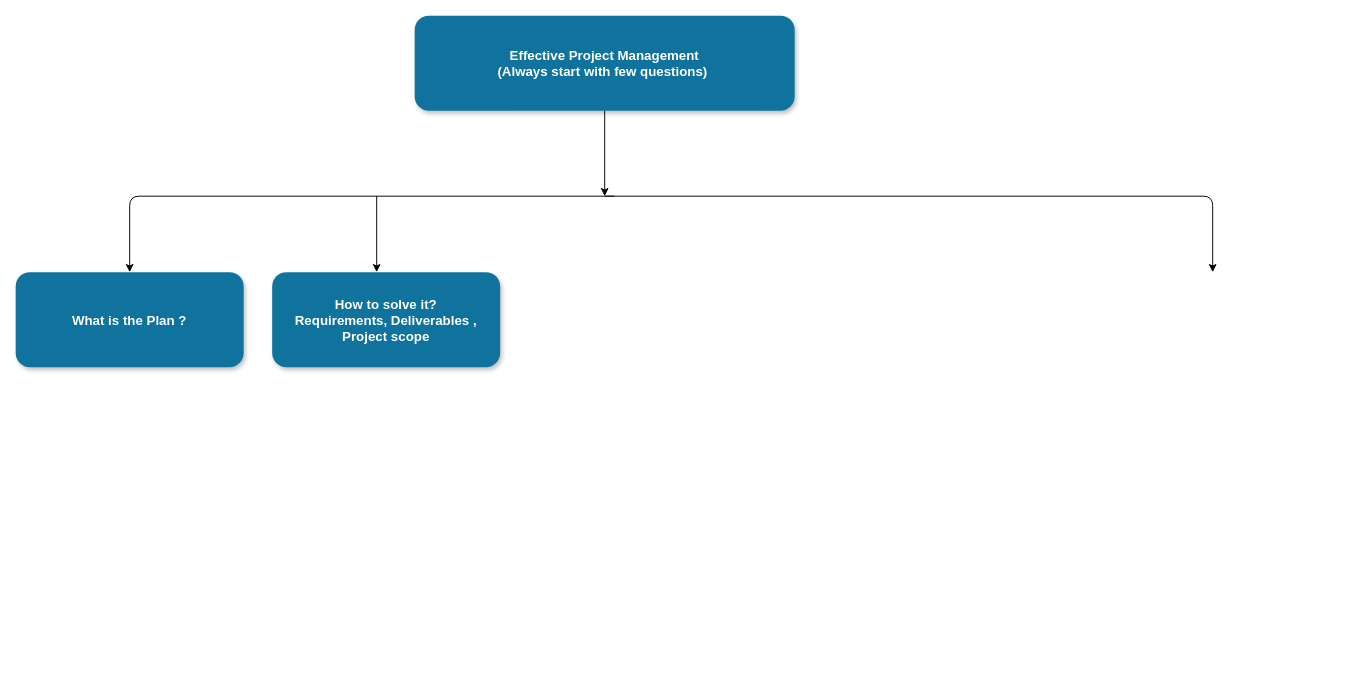
The draw.io diagram Untitled Diagram.drawio in kshirabdhip/My_project, before the edit. Source tidied: cells renumbered, new cells numbered last; positions are measured from the earlier drawing's top-left corner, leaving out a move shared by most shapes. Both pictures are drawn from the tidied source at 95%, with x=0, y=0 at pixel (15, 15).
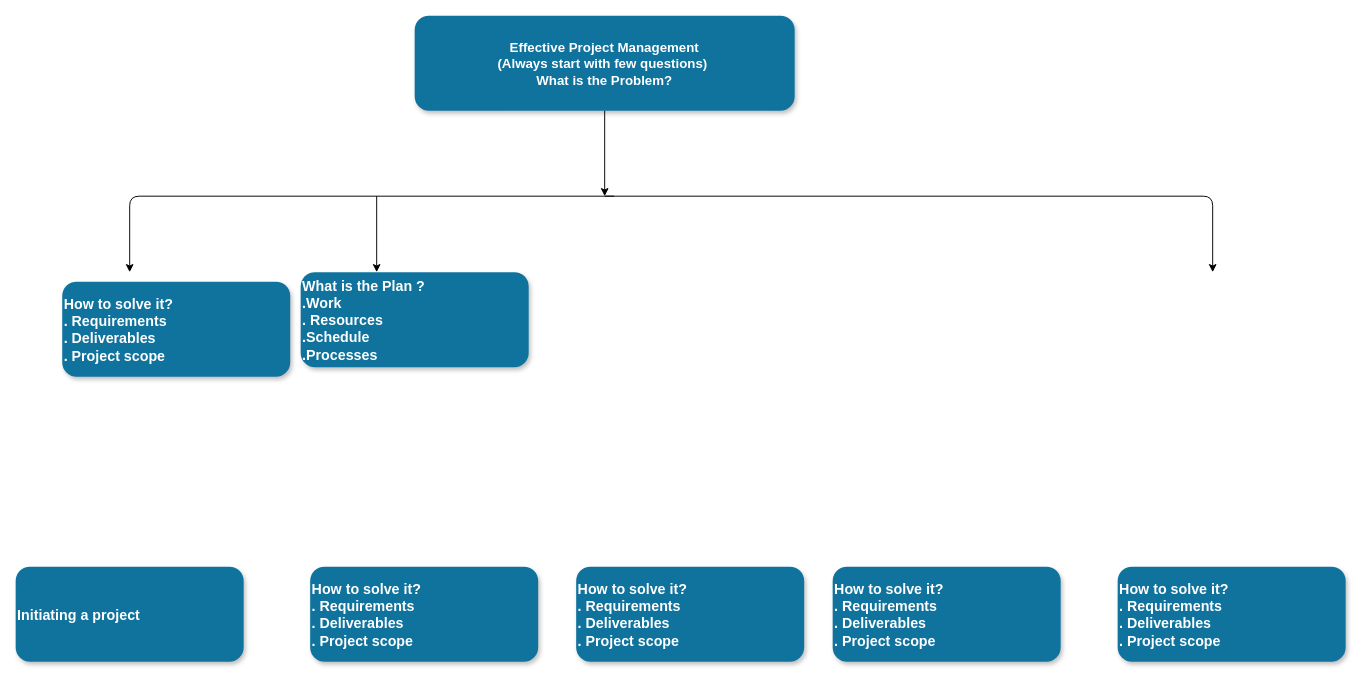
The same page after the edit.

What changed in the source:
```diff
@@
 <mxGraphModel background="#ffffff">
   <root>
     <mxCell id="0" />
     <mxCell id="1" parent="0" />
-    <mxCell id="2" value="Effective Project Management&#10;(Always start with few questions) " style="rounded=1;fillColor=#10739E;strokeColor=none;shadow=1;gradientColor=none;fontStyle=1;fontColor=#FFFFFF;fontSize=14;" parent="1" vertex="1">
+    <mxCell id="2" value="Effective Project Management&#10;(Always start with few questions) &#10;What is the Problem?" style="rounded=1;fillColor=#10739E;strokeColor=none;shadow=1;gradientColor=none;fontStyle=1;fontColor=#FFFFFF;fontSize=14;" parent="1" vertex="1">
       <mxGeometry x="420" width="400" height="100" as="geometry" />
     </mxCell>
     <mxCell id="3" style="endArrow=classic;html=1;exitX=0.5;exitY=1;exitDx=0;exitDy=0;" parent="1" edge="1" source="2">
       <mxGeometry relative="1" as="geometry">
         <mxPoint x="620" y="190" as="targetPoint" />
       </mxGeometry>
     </mxCell>
     <mxCell id="4" style="edgeStyle=segmentEdgeStyle;endArrow=classic;html=1;" parent="1" edge="1">
       <mxGeometry relative="1" as="geometry">
         <mxPoint x="620" y="190" as="sourcePoint" />
         <mxPoint x="1260" y="270" as="targetPoint" />
       </mxGeometry>
     </mxCell>
     <mxCell id="5" style="edgeStyle=segmentEdgeStyle;endArrow=classic;html=1;" parent="1" edge="1">
       <mxGeometry relative="1" as="geometry">
         <mxPoint x="630" y="190" as="sourcePoint" />
         <mxPoint x="120" y="270" as="targetPoint" />
       </mxGeometry>
     </mxCell>
-    <mxCell id="6" value="What is the Plan ?" style="rounded=1;fillColor=#10739E;strokeColor=none;shadow=1;gradientColor=none;fontStyle=1;fontColor=#FFFFFF;fontSize=14;" parent="1" vertex="1">
-      <mxGeometry y="270" width="240" height="100" as="geometry" />
+    <mxCell id="6" value="What is the Plan ?&#10;.Work&#10;. Resources&#10;.Schedule&#10;.Processes" style="rounded=1;fillColor=#10739E;strokeColor=none;shadow=1;gradientColor=none;fontStyle=1;fontColor=#FFFFFF;fontSize=15;align=left;" parent="1" vertex="1">
+      <mxGeometry x="300" y="270" width="240" height="100" as="geometry" />
     </mxCell>
     <mxCell id="7" style="endArrow=classic;html=1;" parent="1" edge="1">
       <mxGeometry relative="1" as="geometry">
         <mxPoint x="380" y="190" as="sourcePoint" />
         <mxPoint x="380" y="270" as="targetPoint" />
       </mxGeometry>
     </mxCell>
-    <mxCell id="8" value="How to solve it?&#10;Requirements, Deliverables ,&#10;Project scope" style="rounded=1;fillColor=#10739E;strokeColor=none;shadow=1;gradientColor=none;fontStyle=1;fontColor=#FFFFFF;fontSize=14;" parent="1" vertex="1">
-      <mxGeometry x="270" y="270" width="240" height="100" as="geometry" />
+    <mxCell id="8" value="How to solve it?&#10;. Requirements&#10;. Deliverables &#10;. Project scope" style="rounded=1;fillColor=#10739E;strokeColor=none;shadow=1;gradientColor=none;fontStyle=1;fontColor=#FFFFFF;fontSize=15;align=left;" parent="1" vertex="1">
+      <mxGeometry x="310" y="580" width="240" height="100" as="geometry" />
     </mxCell>
+    <mxCell id="9" value="How to solve it?&#10;. Requirements&#10;. Deliverables &#10;. Project scope" style="rounded=1;fillColor=#10739E;strokeColor=none;shadow=1;gradientColor=none;fontStyle=1;fontColor=#FFFFFF;fontSize=15;align=left;" parent="1" vertex="1">
+      <mxGeometry x="49" y="280" width="240" height="100" as="geometry" />
+    </mxCell>
+    <mxCell id="10" value="How to solve it?&#10;. Requirements&#10;. Deliverables &#10;. Project scope" style="rounded=1;fillColor=#10739E;strokeColor=none;shadow=1;gradientColor=none;fontStyle=1;fontColor=#FFFFFF;fontSize=15;align=left;" parent="1" vertex="1">
+      <mxGeometry x="860" y="580" width="240" height="100" as="geometry" />
+    </mxCell>
+    <mxCell id="11" value="How to solve it?&#10;. Requirements&#10;. Deliverables &#10;. Project scope" style="rounded=1;fillColor=#10739E;strokeColor=none;shadow=1;gradientColor=none;fontStyle=1;fontColor=#FFFFFF;fontSize=15;align=left;" parent="1" vertex="1">
+      <mxGeometry x="1160" y="580" width="240" height="100" as="geometry" />
+    </mxCell>
+    <mxCell id="12" value="How to solve it?&#10;. Requirements&#10;. Deliverables &#10;. Project scope" style="rounded=1;fillColor=#10739E;strokeColor=none;shadow=1;gradientColor=none;fontStyle=1;fontColor=#FFFFFF;fontSize=15;align=left;" parent="1" vertex="1">
+      <mxGeometry x="590" y="580" width="240" height="100" as="geometry" />
+    </mxCell>
+    <mxCell id="13" value="Initiating a project" style="rounded=1;fillColor=#10739E;strokeColor=none;shadow=1;gradientColor=none;fontStyle=1;fontColor=#FFFFFF;fontSize=15;align=left;" parent="1" vertex="1">
+      <mxGeometry y="580" width="240" height="100" as="geometry" />
+    </mxCell>
   </root>
 </mxGraphModel>
```
